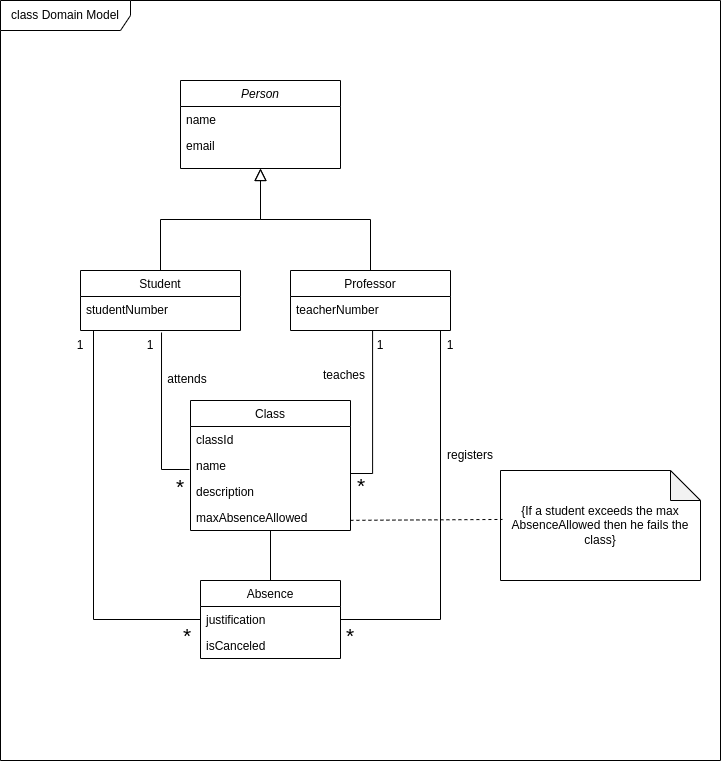
This is images/domain_model.png from P1ntas/ESOF, a draw.io export, as it was before one commit. Source tidied: cells renumbered, new cells last; positions are measured from the earlier drawing's top-left corner, leaving out a move shared by most shapes. Its diagram source:
```xml
<mxGraphModel>
  <root>
    <mxCell id="0" />
    <mxCell id="1" parent="0" />
    <mxCell id="2" value="Person" style="swimlane;fontStyle=2;align=center;verticalAlign=top;horizontal=1;startSize=26;rounded=0;shadow=0;strokeWidth=1;" parent="1" vertex="1">
      <mxGeometry x="180" y="80" width="160" height="88" as="geometry" />
    </mxCell>
    <mxCell id="3" value="name" style="text;align=left;verticalAlign=top;spacingLeft=4;spacingRight=4;overflow=hidden;" parent="2" vertex="1">
      <mxGeometry y="26" width="160" height="26" as="geometry" />
    </mxCell>
    <mxCell id="4" value="email " style="text;align=left;verticalAlign=top;spacingLeft=4;spacingRight=4;overflow=hidden;rounded=0;shadow=0;html=0;" parent="2" vertex="1">
      <mxGeometry y="52" width="160" height="26" as="geometry" />
    </mxCell>
    <mxCell id="5" value="Student" style="swimlane;fontStyle=0;align=center;verticalAlign=top;horizontal=1;startSize=26;rounded=0;shadow=0;strokeWidth=1;" parent="1" vertex="1">
      <mxGeometry x="80" y="270" width="160" height="60" as="geometry" />
    </mxCell>
    <mxCell id="6" value="studentNumber" style="text;align=left;verticalAlign=top;spacingLeft=4;spacingRight=4;overflow=hidden;" parent="5" vertex="1">
      <mxGeometry y="26" width="160" height="26" as="geometry" />
    </mxCell>
    <mxCell id="7" style="endArrow=block;endSize=10;endFill=0;shadow=0;strokeWidth=1;rounded=0;edgeStyle=elbowEdgeStyle;elbow=vertical;" parent="1" edge="1" source="5" target="2">
      <mxGeometry relative="1" as="geometry" />
    </mxCell>
    <mxCell id="8" value="Professor" style="swimlane;fontStyle=0;align=center;verticalAlign=top;horizontal=1;startSize=26;rounded=0;shadow=0;strokeWidth=1;" parent="1" vertex="1">
      <mxGeometry x="290" y="270" width="160" height="60" as="geometry" />
    </mxCell>
    <mxCell id="9" value="teacherNumber" style="text;align=left;verticalAlign=top;spacingLeft=4;spacingRight=4;overflow=hidden;" parent="8" vertex="1">
      <mxGeometry y="26" width="160" height="26" as="geometry" />
    </mxCell>
    <mxCell id="10" style="endArrow=block;endSize=10;endFill=0;shadow=0;strokeWidth=1;rounded=0;edgeStyle=elbowEdgeStyle;elbow=vertical;" parent="1" edge="1">
      <mxGeometry relative="1" as="geometry">
        <mxPoint x="370" y="270" as="sourcePoint" />
        <mxPoint x="260" y="168" as="targetPoint" />
      </mxGeometry>
    </mxCell>
    <mxCell id="11" value="Class" style="swimlane;fontStyle=0;horizontal=1;startSize=26;fillColor=none;" parent="1" vertex="1">
      <mxGeometry x="190" y="400" width="160" height="130" as="geometry" />
    </mxCell>
    <mxCell id="12" value="classId" style="text;strokeColor=none;fillColor=none;align=left;verticalAlign=top;spacingLeft=4;spacingRight=4;overflow=hidden;" parent="11" vertex="1">
      <mxGeometry y="26" width="160" height="26" as="geometry" />
    </mxCell>
    <mxCell id="13" value="name" style="text;strokeColor=none;fillColor=none;align=left;verticalAlign=top;spacingLeft=4;spacingRight=4;overflow=hidden;" parent="11" vertex="1">
      <mxGeometry y="52" width="160" height="26" as="geometry" />
    </mxCell>
    <mxCell id="14" value="description" style="text;strokeColor=none;fillColor=none;align=left;verticalAlign=top;spacingLeft=4;spacingRight=4;overflow=hidden;" parent="11" vertex="1">
      <mxGeometry y="78" width="160" height="26" as="geometry" />
    </mxCell>
    <mxCell id="15" value="maxAbsenceAllowed" style="text;strokeColor=none;fillColor=none;align=left;verticalAlign=top;spacingLeft=4;spacingRight=4;overflow=hidden;points=[[0,0.5],[1,0.5]];portConstraint=eastwest;" parent="11" vertex="1">
      <mxGeometry y="104" width="160" height="26" as="geometry" />
    </mxCell>
    <mxCell id="16" value="1" style="text;html=1;strokeColor=none;fillColor=none;align=center;verticalAlign=middle;whiteSpace=wrap;rounded=0;" parent="1" vertex="1">
      <mxGeometry x="120" y="330" width="60" height="30" as="geometry" />
    </mxCell>
    <mxCell id="17" value="&lt;font style=&quot;font-size: 21px&quot;&gt;*&lt;/font&gt;" style="text;html=1;strokeColor=none;fillColor=none;align=center;verticalAlign=middle;whiteSpace=wrap;rounded=0;" parent="1" vertex="1">
      <mxGeometry x="150" y="471" width="60" height="30" as="geometry" />
    </mxCell>
    <mxCell id="18" value="1" style="text;html=1;strokeColor=none;fillColor=none;align=center;verticalAlign=middle;whiteSpace=wrap;rounded=0;" parent="1" vertex="1">
      <mxGeometry x="350" y="330" width="60" height="30" as="geometry" />
    </mxCell>
    <mxCell id="19" value="&lt;font style=&quot;font-size: 21px&quot;&gt;*&lt;/font&gt;" style="text;html=1;strokeColor=none;fillColor=none;align=center;verticalAlign=middle;whiteSpace=wrap;rounded=0;" parent="1" vertex="1">
      <mxGeometry x="331" y="470" width="60" height="30" as="geometry" />
    </mxCell>
    <mxCell id="20" value="&lt;font style=&quot;font-size: 12px&quot;&gt;attends&lt;/font&gt;" style="text;html=1;strokeColor=none;fillColor=none;align=center;verticalAlign=middle;whiteSpace=wrap;rounded=0;fontSize=21;" parent="1" vertex="1">
      <mxGeometry x="157" y="360" width="60" height="30" as="geometry" />
    </mxCell>
    <mxCell id="21" value="teaches" style="text;html=1;strokeColor=none;fillColor=none;align=center;verticalAlign=middle;whiteSpace=wrap;rounded=0;fontSize=12;" parent="1" vertex="1">
      <mxGeometry x="314" y="360" width="60" height="30" as="geometry" />
    </mxCell>
    <mxCell id="22" style="edgeStyle=orthogonalEdgeStyle;rounded=0;jettySize=auto;html=1;exitX=0.5;exitY=0;exitDx=0;exitDy=0;entryX=0.5;entryY=1;entryDx=0;entryDy=0;entryPerimeter=0;fontSize=12;endArrow=none;endFill=0;" parent="1" edge="1" source="23" target="15">
      <mxGeometry relative="1" as="geometry" />
    </mxCell>
    <mxCell id="23" value="Absence" style="swimlane;fontStyle=0;horizontal=1;startSize=26;fillColor=none;fontSize=12;" parent="1" vertex="1">
      <mxGeometry x="200" y="580" width="140" height="78" as="geometry" />
    </mxCell>
    <mxCell id="24" value="justification" style="text;strokeColor=none;fillColor=none;align=left;verticalAlign=top;spacingLeft=4;spacingRight=4;overflow=hidden;points=[[0,0.5],[1,0.5]];portConstraint=eastwest;fontSize=12;" parent="23" vertex="1">
      <mxGeometry y="26" width="140" height="26" as="geometry" />
    </mxCell>
    <mxCell id="25" value="isCanceled" style="text;strokeColor=none;fillColor=none;align=left;verticalAlign=top;spacingLeft=4;spacingRight=4;overflow=hidden;fontSize=12;" parent="23" vertex="1">
      <mxGeometry y="52" width="140" height="26" as="geometry" />
    </mxCell>
    <mxCell id="26" style="edgeStyle=orthogonalEdgeStyle;rounded=0;orthogonalLoop=1;jettySize=auto;html=1;entryX=0.513;entryY=1;entryDx=0;entryDy=0;entryPerimeter=0;fontSize=12;endArrow=none;endFill=0;" parent="1" edge="1">
      <mxGeometry relative="1" as="geometry">
        <mxPoint x="350" y="473" as="sourcePoint" />
        <mxPoint x="372.1" y="330" as="targetPoint" />
      </mxGeometry>
    </mxCell>
    <mxCell id="27" style="edgeStyle=orthogonalEdgeStyle;rounded=0;orthogonalLoop=1;jettySize=auto;html=1;fontSize=12;endArrow=none;endFill=0;entryX=0.867;entryY=0.067;entryDx=0;entryDy=0;entryPerimeter=0;" parent="1" edge="1">
      <mxGeometry relative="1" as="geometry">
        <mxPoint x="189" y="469" as="sourcePoint" />
        <mxPoint x="161" y="332" as="targetPoint" />
      </mxGeometry>
    </mxCell>
    <mxCell id="28" style="edgeStyle=orthogonalEdgeStyle;rounded=0;jettySize=auto;html=1;exitX=1;exitY=0.5;exitDx=0;exitDy=0;fontSize=12;endArrow=none;endFill=0;" parent="1" edge="1" source="24">
      <mxGeometry relative="1" as="geometry">
        <mxPoint x="440" y="330" as="targetPoint" />
      </mxGeometry>
    </mxCell>
    <mxCell id="29" style="edgeStyle=orthogonalEdgeStyle;rounded=0;orthogonalLoop=1;jettySize=auto;html=1;fontSize=12;endArrow=none;endFill=0;" parent="1" edge="1">
      <mxGeometry relative="1" as="geometry">
        <mxPoint x="200" y="619" as="sourcePoint" />
        <mxPoint x="93" y="330" as="targetPoint" />
      </mxGeometry>
    </mxCell>
    <mxCell id="30" value="registers" style="text;html=1;strokeColor=none;fillColor=none;align=center;verticalAlign=middle;whiteSpace=wrap;rounded=0;fontSize=12;" parent="1" vertex="1">
      <mxGeometry x="440" y="440" width="60" height="30" as="geometry" />
    </mxCell>
    <mxCell id="31" value="1" style="text;html=1;strokeColor=none;fillColor=none;align=center;verticalAlign=middle;whiteSpace=wrap;rounded=0;" parent="1" vertex="1">
      <mxGeometry x="420" y="330" width="60" height="30" as="geometry" />
    </mxCell>
    <mxCell id="32" value="&lt;font style=&quot;font-size: 21px&quot;&gt;*&lt;/font&gt;" style="text;html=1;strokeColor=none;fillColor=none;align=center;verticalAlign=middle;whiteSpace=wrap;rounded=0;" parent="1" vertex="1">
      <mxGeometry x="320" y="620" width="60" height="30" as="geometry" />
    </mxCell>
    <mxCell id="33" value="&lt;font style=&quot;font-size: 21px&quot;&gt;*&lt;/font&gt;" style="text;html=1;strokeColor=none;fillColor=none;align=center;verticalAlign=middle;whiteSpace=wrap;rounded=0;" parent="1" vertex="1">
      <mxGeometry x="157" y="620" width="60" height="30" as="geometry" />
    </mxCell>
    <mxCell id="34" value="1" style="text;html=1;strokeColor=none;fillColor=none;align=center;verticalAlign=middle;whiteSpace=wrap;rounded=0;" parent="1" vertex="1">
      <mxGeometry x="50" y="330" width="60" height="30" as="geometry" />
    </mxCell>
    <mxCell id="35" value="class Domain Model" style="shape=umlFrame;whiteSpace=wrap;html=1;fontSize=12;width=130;height=30;" parent="1" vertex="1">
      <mxGeometry width="720" height="760" as="geometry" />
    </mxCell>
    <mxCell id="36" value="{If a student exceeds the max AbsenceAllowed then he fails the class}" style="shape=note;whiteSpace=wrap;html=1;backgroundOutline=1;darkOpacity=0.05;fontSize=12;" parent="1" vertex="1">
      <mxGeometry x="500" y="470" width="200" height="110" as="geometry" />
    </mxCell>
    <mxCell id="37" style="endArrow=none;dashed=1;html=1;rounded=0;fontSize=12;exitX=0.486;exitY=0.684;exitDx=0;exitDy=0;exitPerimeter=0;entryX=0.01;entryY=0.445;entryDx=0;entryDy=0;entryPerimeter=0;" parent="1" edge="1" source="35" target="36">
      <mxGeometry relative="1" as="geometry" />
    </mxCell>
  </root>
</mxGraphModel>
```
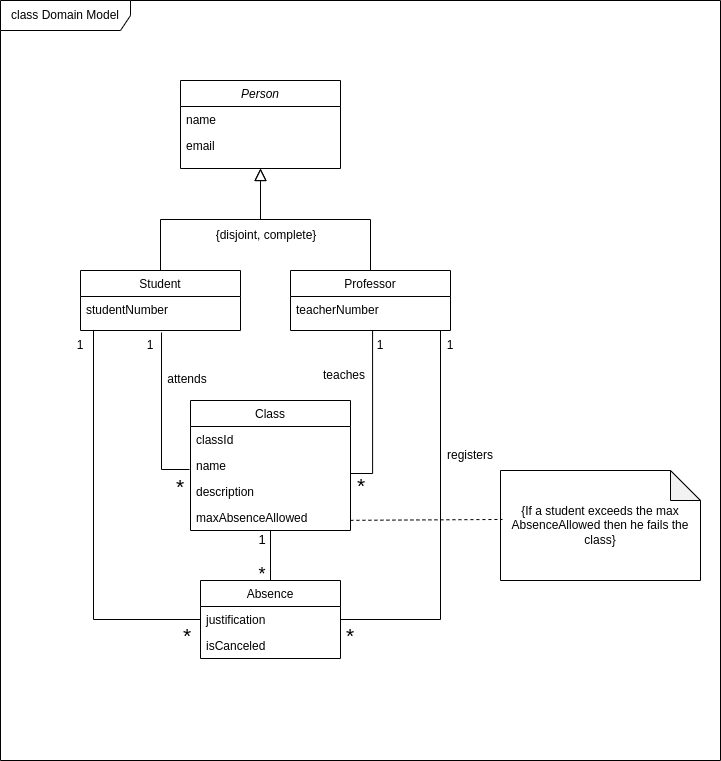
The same diagram one commit later.

Commit message:
Changes to Domain Model

The edit, as a diff of the source:
```diff
@@ -124,5 +124,14 @@
     <mxCell id="37" style="endArrow=none;dashed=1;html=1;rounded=0;fontSize=12;exitX=0.486;exitY=0.684;exitDx=0;exitDy=0;exitPerimeter=0;entryX=0.01;entryY=0.445;entryDx=0;entryDy=0;entryPerimeter=0;" parent="1" edge="1" source="35" target="36">
       <mxGeometry relative="1" as="geometry" />
     </mxCell>
+    <mxCell id="38" value="{disjoint, complete}" style="text;html=1;strokeColor=none;fillColor=none;align=center;verticalAlign=middle;whiteSpace=wrap;rounded=0;" parent="1" vertex="1">
+      <mxGeometry x="201" y="220" width="130" height="30" as="geometry" />
+    </mxCell>
+    <mxCell id="39" value="&lt;font style=&quot;font-size: 18px&quot;&gt;*&lt;/font&gt;" style="text;html=1;strokeColor=none;fillColor=none;align=center;verticalAlign=middle;whiteSpace=wrap;rounded=0;" parent="1" vertex="1">
+      <mxGeometry x="232" y="559" width="60" height="30" as="geometry" />
+    </mxCell>
+    <mxCell id="40" value="&lt;font style=&quot;font-size: 13px&quot;&gt;1&lt;/font&gt;" style="text;html=1;strokeColor=none;fillColor=none;align=center;verticalAlign=middle;whiteSpace=wrap;rounded=0;" parent="1" vertex="1">
+      <mxGeometry x="232" y="524" width="60" height="30" as="geometry" />
+    </mxCell>
   </root>
 </mxGraphModel>
```
